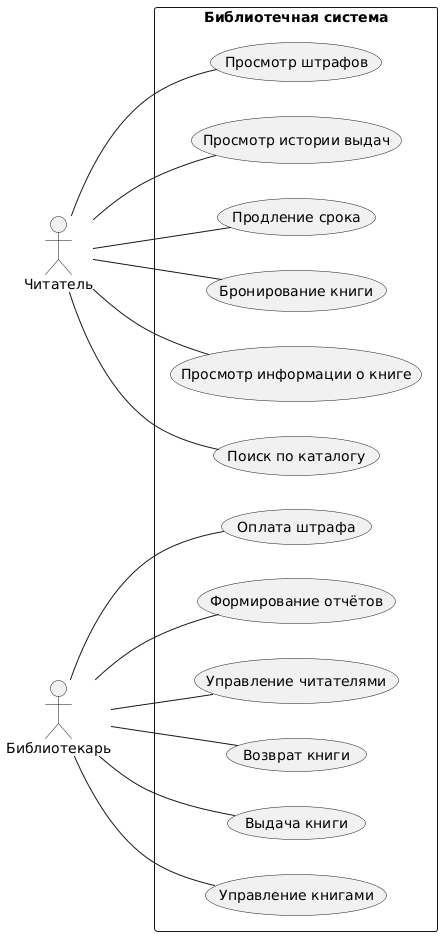
Earlier version of the PlantUML export docs/images/use_case.png (EmAnto0/InfProject). Its diagram source:
```plantuml
@startuml
left to right direction
skinparam packageStyle rectangle

actor "Читатель" as Reader
actor "Библиотекарь" as Librarian

package "Библиотечная система" {
  usecase "Поиск по каталогу" as UC1
  usecase "Просмотр информации о книге" as UC2
  usecase "Бронирование книги" as UC3
  usecase "Продление срока" as UC4
  usecase "Просмотр истории выдач" as UC5
  usecase "Просмотр штрафов" as UC6

  usecase "Управление книгами" as UC7
  usecase "Выдача книги" as UC8
  usecase "Возврат книги" as UC9
  usecase "Управление читателями" as UC10
  usecase "Формирование отчётов" as UC11
  usecase "Оплата штрафа" as UC12
}

Reader -- UC1
Reader -- UC2
Reader -- UC3
Reader -- UC4
Reader -- UC5
Reader -- UC6

Librarian -- UC7
Librarian -- UC8
Librarian -- UC9
Librarian -- UC10
Librarian -- UC11
Librarian -- UC12
@enduml
```
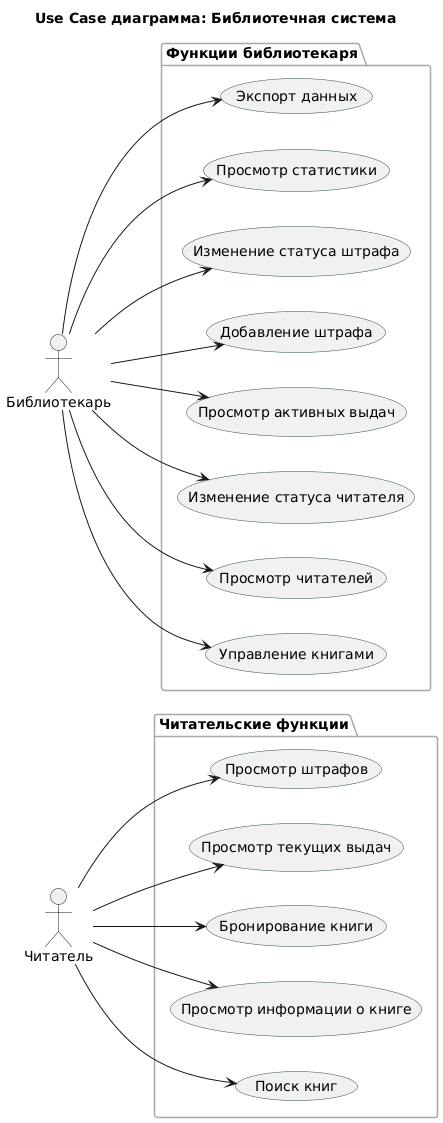
The same file after the commit.

Change to the diagram source:
```diff
@@ -1,37 +1,54 @@
 @startuml
 left to right direction
-skinparam packageStyle rectangle
+
+title Use Case диаграмма: Библиотечная система
 
 actor "Читатель" as Reader
 actor "Библиотекарь" as Librarian
 
-package "Библиотечная система" {
-  usecase "Поиск по каталогу" as UC1
+package "Читательские функции" {
+  usecase "Поиск книг" as UC1
   usecase "Просмотр информации о книге" as UC2
   usecase "Бронирование книги" as UC3
-  usecase "Продление срока" as UC4
-  usecase "Просмотр истории выдач" as UC5
-  usecase "Просмотр штрафов" as UC6
-
-  usecase "Управление книгами" as UC7
-  usecase "Выдача книги" as UC8
-  usecase "Возврат книги" as UC9
-  usecase "Управление читателями" as UC10
-  usecase "Формирование отчётов" as UC11
-  usecase "Оплата штрафа" as UC12
+  usecase "Просмотр текущих выдач" as UC4
+  usecase "Просмотр штрафов" as UC5
 }
 
-Reader -- UC1
-Reader -- UC2
-Reader -- UC3
-Reader -- UC4
-Reader -- UC5
-Reader -- UC6
+package "Функции библиотекаря" {
+  usecase "Управление книгами" as UC6
+  usecase "Просмотр читателей" as UC7
+  usecase "Изменение статуса читателя" as UC8
+  usecase "Просмотр активных выдач" as UC9
+  usecase "Добавление штрафа" as UC10
+  usecase "Изменение статуса штрафа" as UC11
+  usecase "Просмотр статистики" as UC12
+  usecase "Экспорт данных" as UC13
+}
 
-Librarian -- UC7
-Librarian -- UC8
-Librarian -- UC9
-Librarian -- UC10
-Librarian -- UC11
-Librarian -- UC12
+Reader --> UC1
+Reader --> UC2
+Reader --> UC3
+Reader --> UC4
+Reader --> UC5
+
+Librarian --> UC6
+Librarian --> UC7
+Librarian --> UC8
+Librarian --> UC9
+Librarian --> UC10
+Librarian --> UC11
+Librarian --> UC12
+Librarian --> UC13
+
+skinparam usecase {
+  BackgroundColor<< Читательские функции >> LightYellow
+  BackgroundColor<< Функции библиотекаря >> LightGreen
+  BorderColor DarkSlateGray
+}
+
+skinparam package {
+  BackgroundColor<< Читательские функции >> #FFFFCC
+  BackgroundColor<< Функции библиотекаря >> #CCFFCC
+  BorderColor DarkGray
+}
 @enduml
```
